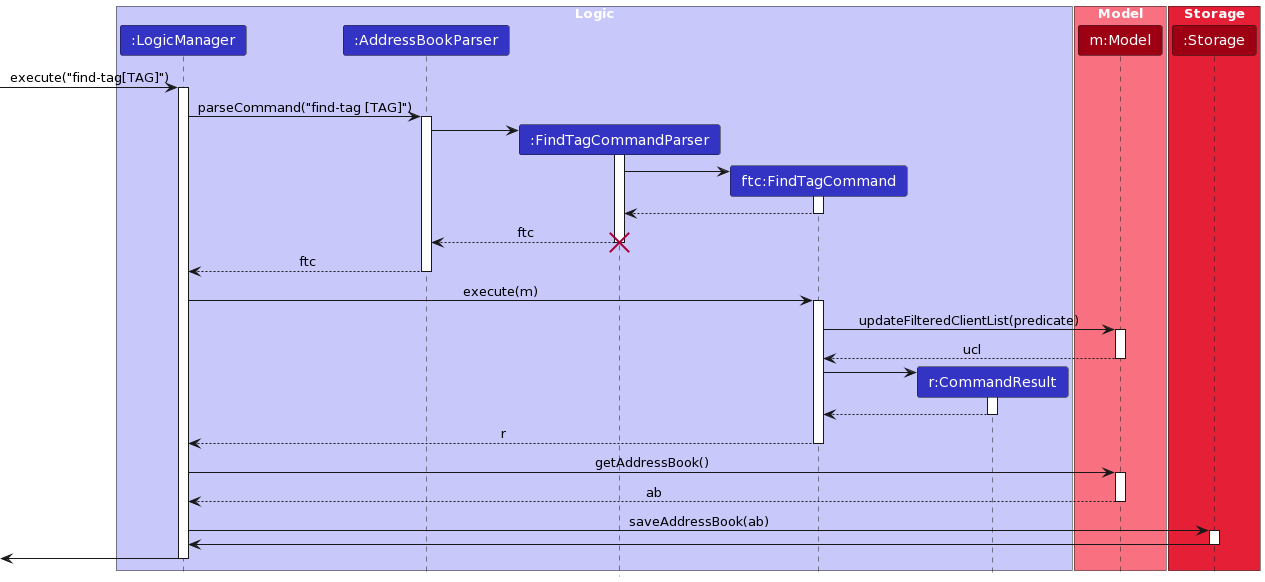
Above: docs/images/FindTagSequenceDiagram.png in camille-readbean/tp (PlantUML), before the change.
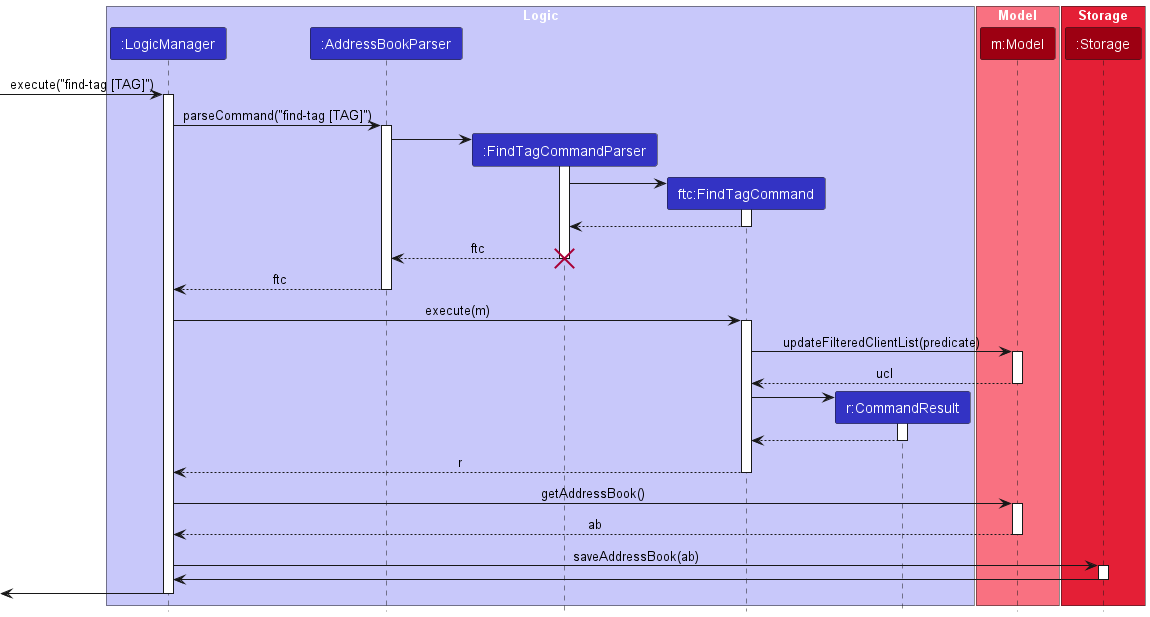
After the change.

Commit message:
Update Appointment class diag, find tag typo, DG

Diff of the diagram source:
```diff
@@ -19,7 +19,7 @@
 participant "<color #white> :Storage </color>" as S #9D0012
 end box
 
-[-> LM: execute("find-tag[TAG]")
+[-> LM: execute("find-tag [TAG]")
 activate LM
 LM -> ABP : parseCommand("find-tag [TAG]")
 activate ABP
```
